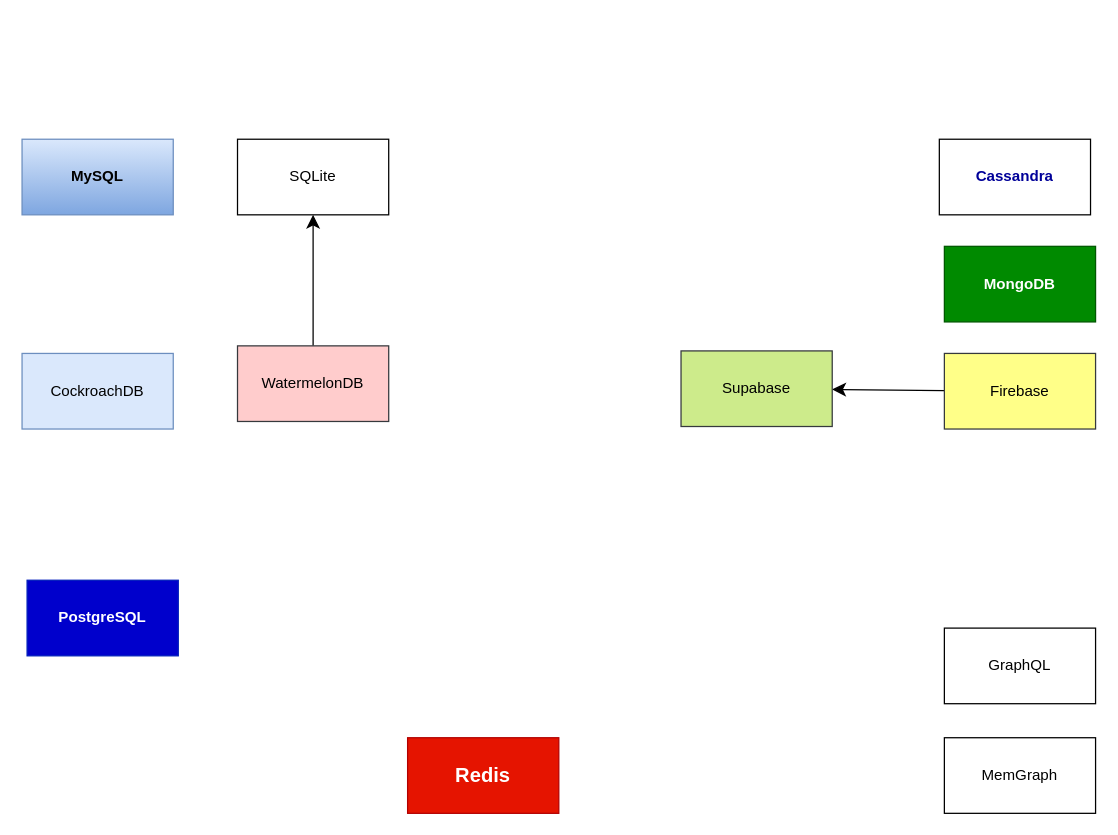
Before: page "Database" (3 of 5) of Link_Bookmarks.drawio in sunflynf/diagram-only, a draw.io diagram. Source tidied: cells renumbered, new cells numbered last; positions are measured from the earlier drawing's top-left corner, leaving out a move shared by most shapes. Both pictures are drawn from the tidied source at 126%, with x=0, y=0 at pixel (21, 139).
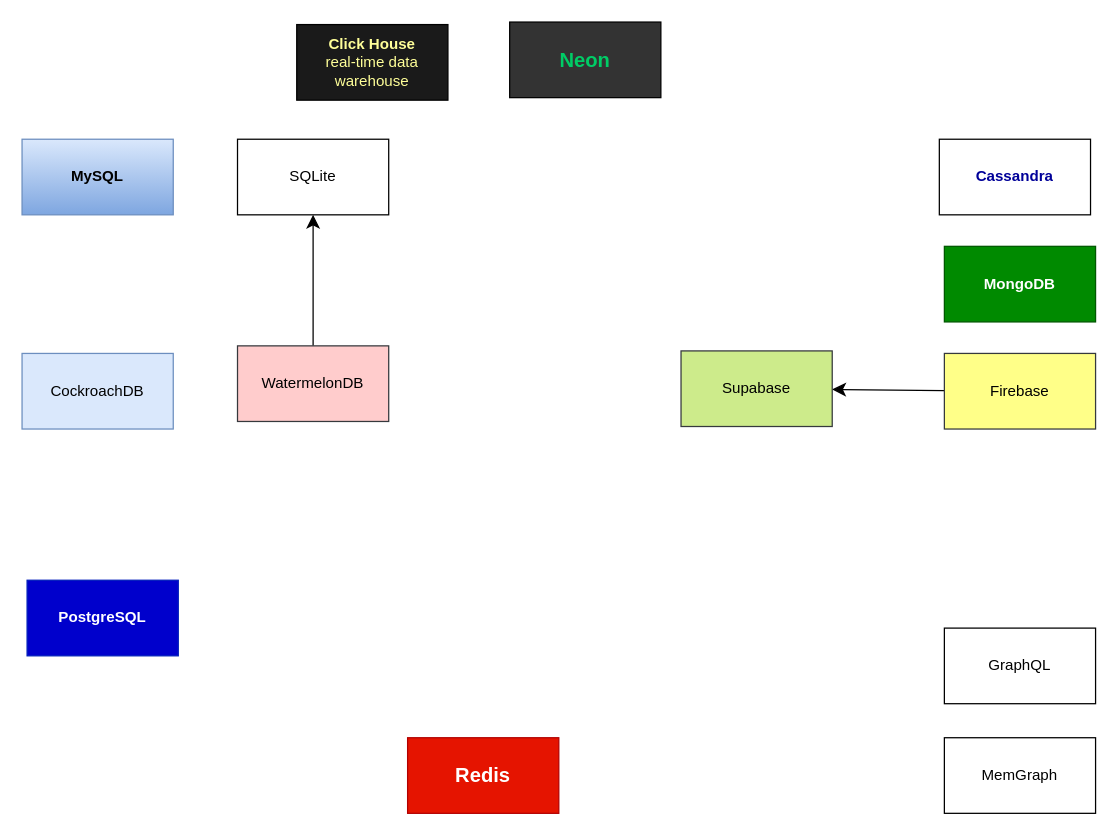
The same diagram, later.

What changed in the source:
```diff
@@
 <mxGraphModel>
   <root>
     <mxCell id="0" />
     <mxCell id="1" parent="0" />
     <mxCell id="2" value="MySQL" style="whiteSpace=wrap;html=1;fontStyle=1;fillColor=#dae8fc;gradientColor=#7ea6e0;strokeColor=#6c8ebf;" parent="1" vertex="1">
       <mxGeometry width="120" height="60" as="geometry" />
     </mxCell>
     <mxCell id="3" style="edgeStyle=none;curved=1;rounded=0;jettySize=auto;html=1;fontSize=12;startSize=8;endSize=8;" parent="1" edge="1" source="4" target="5">
       <mxGeometry relative="1" as="geometry" />
     </mxCell>
     <mxCell id="4" value="Firebase" style="whiteSpace=wrap;html=1;fillColor=#ffff88;strokeColor=#36393d;" parent="1" vertex="1">
       <mxGeometry x="732" y="170" width="120" height="60" as="geometry" />
     </mxCell>
     <mxCell id="5" value="Supabase" style="whiteSpace=wrap;html=1;fillColor=#cdeb8b;strokeColor=#36393d;" parent="1" vertex="1">
       <mxGeometry x="523" y="168" width="120" height="60" as="geometry" />
     </mxCell>
     <mxCell id="6" style="edgeStyle=none;curved=1;rounded=0;jettySize=auto;html=1;fontSize=12;startSize=8;endSize=8;" parent="1" edge="1" source="7" target="8">
       <mxGeometry relative="1" as="geometry" />
     </mxCell>
     <mxCell id="7" value="WatermelonDB" style="whiteSpace=wrap;html=1;fillColor=#ffcccc;strokeColor=#36393d;" parent="1" vertex="1">
       <mxGeometry x="171" y="164" width="120" height="60" as="geometry" />
     </mxCell>
     <mxCell id="8" value="SQLite" style="whiteSpace=wrap;html=1;" parent="1" vertex="1">
       <mxGeometry x="171" width="120" height="60" as="geometry" />
     </mxCell>
     <mxCell id="9" value="CockroachDB" style="whiteSpace=wrap;html=1;fillColor=#dae8fc;strokeColor=#6c8ebf;" parent="1" vertex="1">
       <mxGeometry y="170" width="120" height="60" as="geometry" />
     </mxCell>
     <mxCell id="10" value="&lt;div&gt;Cassandra&lt;/div&gt;" style="whiteSpace=wrap;html=1;fontStyle=1;fontColor=#000099;" parent="1" vertex="1">
       <mxGeometry x="728" width="120" height="60" as="geometry" />
     </mxCell>
     <mxCell id="11" value="Redis" style="whiteSpace=wrap;html=1;fillColor=#e51400;fontColor=#ffffff;strokeColor=#B20000;fontStyle=1;fontSize=16;" parent="1" vertex="1">
       <mxGeometry x="306" y="475" width="120" height="60" as="geometry" />
     </mxCell>
     <mxCell id="12" value="PostgreSQL" style="whiteSpace=wrap;html=1;fillColor=#0000CC;fontColor=#ffffff;strokeColor=#001DBC;fontStyle=1;" parent="1" vertex="1">
       <mxGeometry x="4" y="350" width="120" height="60" as="geometry" />
     </mxCell>
     <mxCell id="13" value="MongoDB" style="whiteSpace=wrap;html=1;fillColor=#008a00;fontColor=#ffffff;strokeColor=#005700;fontStyle=1;" parent="1" vertex="1">
       <mxGeometry x="732" y="85" width="120" height="60" as="geometry" />
     </mxCell>
     <mxCell id="14" value="MemGraph" style="whiteSpace=wrap;html=1;" parent="1" vertex="1">
       <mxGeometry x="732" y="475" width="120" height="60" as="geometry" />
     </mxCell>
     <mxCell id="15" value="GraphQL" style="whiteSpace=wrap;html=1;" parent="1" vertex="1">
       <mxGeometry x="732" y="388" width="120" height="60" as="geometry" />
     </mxCell>
+    <mxCell id="16" value="Neon" style="whiteSpace=wrap;html=1;fontStyle=1;fontSize=16;fontColor=#00CC66;fillColor=#333333;" parent="1" vertex="1">
+      <mxGeometry x="387" y="-93" width="120" height="60" as="geometry" />
+    </mxCell>
+    <mxCell id="17" value="&lt;b&gt;Click House&lt;/b&gt;&lt;br&gt;real-time data warehouse" style="whiteSpace=wrap;html=1;fillColor=#1A1A1A;fontColor=#FFFF99;" parent="1" vertex="1">
+      <mxGeometry x="218" y="-91" width="120" height="60" as="geometry" />
+    </mxCell>
   </root>
 </mxGraphModel>
```
